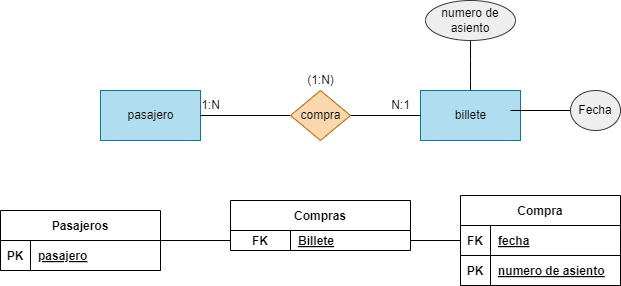
ResetMeNow/DAW keeps this draw.io diagram as BAE/Tareas/Unidad2/Images/Ejercicio11.drawio.png. Above is the earlier version. Source tidied: cells renumbered, new cells last; positions are measured from the earlier drawing's top-left corner, leaving out a move shared by most shapes.
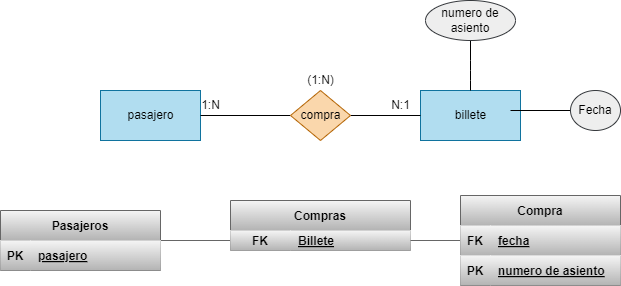
Later version of the same file.

The edit, as a diff of the source:
```diff
@@ -42,55 +42,55 @@
     <mxCell id="13" value="numero de asiento" style="ellipse;whiteSpace=wrap;html=1;align=center;fillColor=#eeeeee;strokeColor=#36393d;" parent="1" vertex="1">
       <mxGeometry x="425" width="90" height="40" as="geometry" />
     </mxCell>
-    <mxCell id="14" style="edgeStyle=none;html=1;entryX=0;entryY=0.5;entryDx=0;entryDy=0;endArrow=none;endFill=0;" parent="1" edge="1" source="15" target="20">
+    <mxCell id="14" style="edgeStyle=none;html=1;entryX=0;entryY=0.5;entryDx=0;entryDy=0;endArrow=none;endFill=0;fillColor=#f5f5f5;gradientColor=#b3b3b3;strokeColor=#666666;" parent="1" edge="1" source="15" target="20">
       <mxGeometry relative="1" as="geometry" />
     </mxCell>
-    <mxCell id="15" value="Pasajeros" style="shape=table;startSize=30;rowLines=0;fontStyle=1;align=center;" parent="1" vertex="1">
+    <mxCell id="15" value="Pasajeros" style="shape=table;startSize=30;rowLines=0;fontStyle=1;align=center;fillColor=#f5f5f5;gradientColor=#b3b3b3;strokeColor=#666666;" parent="1" vertex="1">
       <mxGeometry y="210" width="160" height="60" as="geometry" />
     </mxCell>
-    <mxCell id="16" style="shape=tableRow;horizontal=0;startSize=0;swimlaneHead=0;swimlaneBody=0;fillColor=none;top=0;left=0;right=0;bottom=1;" parent="15" vertex="1">
+    <mxCell id="16" style="shape=tableRow;horizontal=0;startSize=0;swimlaneHead=0;swimlaneBody=0;fillColor=#f5f5f5;top=0;left=0;right=0;bottom=1;gradientColor=#b3b3b3;strokeColor=#666666;" parent="15" vertex="1">
       <mxGeometry y="30" width="160" height="30" as="geometry" />
     </mxCell>
-    <mxCell id="17" value="PK" style="shape=partialRectangle;fillColor=none;top=0;left=0;bottom=0;right=0;fontStyle=1;overflow=hidden;" parent="16" vertex="1">
+    <mxCell id="17" value="PK" style="shape=partialRectangle;fillColor=#f5f5f5;top=0;left=0;bottom=0;right=0;fontStyle=1;overflow=hidden;gradientColor=#b3b3b3;strokeColor=#666666;" parent="16" vertex="1">
       <mxGeometry width="30" height="30" as="geometry" />
     </mxCell>
-    <mxCell id="18" value="pasajero" style="shape=partialRectangle;fillColor=none;top=0;left=0;bottom=0;right=0;align=left;spacingLeft=6;fontStyle=5;overflow=hidden;" parent="16" vertex="1">
+    <mxCell id="18" value="pasajero" style="shape=partialRectangle;fillColor=#f5f5f5;top=0;left=0;bottom=0;right=0;align=left;spacingLeft=6;fontStyle=5;overflow=hidden;gradientColor=#b3b3b3;strokeColor=#666666;" parent="16" vertex="1">
       <mxGeometry x="30" width="130" height="30" as="geometry" />
     </mxCell>
-    <mxCell id="19" value="Compras" style="shape=table;startSize=30;rowLines=0;fontStyle=1;align=center;" parent="1" vertex="1">
+    <mxCell id="19" value="Compras" style="shape=table;startSize=30;rowLines=0;fontStyle=1;align=center;fillColor=#f5f5f5;gradientColor=#b3b3b3;strokeColor=#666666;" parent="1" vertex="1">
       <mxGeometry x="230" y="200" width="180" height="50" as="geometry" />
     </mxCell>
-    <mxCell id="20" style="shape=tableRow;horizontal=0;startSize=0;swimlaneHead=0;swimlaneBody=0;fillColor=none;points=[[0,0.5],[1,0.5]];portConstraint=eastwest;top=0;left=0;right=0;bottom=0;" parent="19" vertex="1">
+    <mxCell id="20" style="shape=tableRow;horizontal=0;startSize=0;swimlaneHead=0;swimlaneBody=0;fillColor=#f5f5f5;points=[[0,0.5],[1,0.5]];portConstraint=eastwest;top=0;left=0;right=0;bottom=0;gradientColor=#b3b3b3;strokeColor=#666666;" parent="19" vertex="1">
       <mxGeometry y="30" width="180" height="20" as="geometry" />
     </mxCell>
-    <mxCell id="21" value="FK" style="shape=partialRectangle;fillColor=none;top=0;left=0;bottom=0;right=0;fontStyle=1;overflow=hidden;" parent="20" vertex="1">
+    <mxCell id="21" value="FK" style="shape=partialRectangle;fillColor=#f5f5f5;top=0;left=0;bottom=0;right=0;fontStyle=1;overflow=hidden;gradientColor=#b3b3b3;strokeColor=#666666;" parent="20" vertex="1">
       <mxGeometry width="60" height="20" as="geometry" />
     </mxCell>
-    <mxCell id="22" value="Billete" style="shape=partialRectangle;fillColor=none;top=0;left=0;bottom=0;right=0;align=left;spacingLeft=6;fontStyle=5;overflow=hidden;" parent="20" vertex="1">
+    <mxCell id="22" value="Billete" style="shape=partialRectangle;fillColor=#f5f5f5;top=0;left=0;bottom=0;right=0;align=left;spacingLeft=6;fontStyle=5;overflow=hidden;gradientColor=#b3b3b3;strokeColor=#666666;" parent="20" vertex="1">
       <mxGeometry x="60" width="120" height="20" as="geometry" />
     </mxCell>
-    <mxCell id="23" style="edgeStyle=none;html=1;entryX=1;entryY=0.5;entryDx=0;entryDy=0;endArrow=none;endFill=0;" parent="1" edge="1" source="24" target="20">
+    <mxCell id="23" style="edgeStyle=none;html=1;entryX=1;entryY=0.5;entryDx=0;entryDy=0;endArrow=none;endFill=0;fillColor=#f5f5f5;gradientColor=#b3b3b3;strokeColor=#666666;" parent="1" edge="1" source="24" target="20">
       <mxGeometry relative="1" as="geometry" />
     </mxCell>
-    <mxCell id="24" value="Compra" style="shape=table;startSize=30;rowLines=0;fontStyle=1;align=center;" parent="1" vertex="1">
+    <mxCell id="24" value="Compra" style="shape=table;startSize=30;rowLines=0;fontStyle=1;align=center;fillColor=#f5f5f5;gradientColor=#b3b3b3;strokeColor=#666666;" parent="1" vertex="1">
       <mxGeometry x="460" y="195" width="160" height="90" as="geometry" />
     </mxCell>
-    <mxCell id="25" style="shape=tableRow;horizontal=0;startSize=0;swimlaneHead=0;swimlaneBody=0;fillColor=none;top=0;left=0;right=0;bottom=1;" parent="24" vertex="1">
+    <mxCell id="25" style="shape=tableRow;horizontal=0;startSize=0;swimlaneHead=0;swimlaneBody=0;fillColor=#f5f5f5;top=0;left=0;right=0;bottom=1;gradientColor=#b3b3b3;strokeColor=#666666;" parent="24" vertex="1">
       <mxGeometry y="30" width="160" height="30" as="geometry" />
     </mxCell>
-    <mxCell id="26" value="FK" style="shape=partialRectangle;fillColor=none;top=0;left=0;bottom=0;right=0;fontStyle=1;overflow=hidden;" parent="25" vertex="1">
+    <mxCell id="26" value="FK" style="shape=partialRectangle;fillColor=#f5f5f5;top=0;left=0;bottom=0;right=0;fontStyle=1;overflow=hidden;gradientColor=#b3b3b3;strokeColor=#666666;" parent="25" vertex="1">
       <mxGeometry width="30" height="30" as="geometry" />
     </mxCell>
-    <mxCell id="27" value="fecha" style="shape=partialRectangle;fillColor=none;top=0;left=0;bottom=0;right=0;align=left;spacingLeft=6;fontStyle=5;overflow=hidden;" parent="25" vertex="1">
+    <mxCell id="27" value="fecha" style="shape=partialRectangle;fillColor=#f5f5f5;top=0;left=0;bottom=0;right=0;align=left;spacingLeft=6;fontStyle=5;overflow=hidden;gradientColor=#b3b3b3;strokeColor=#666666;" parent="25" vertex="1">
       <mxGeometry x="30" width="130" height="30" as="geometry" />
     </mxCell>
-    <mxCell id="28" style="shape=tableRow;horizontal=0;startSize=0;swimlaneHead=0;swimlaneBody=0;fillColor=none;top=0;left=0;right=0;bottom=1;" parent="24" vertex="1">
+    <mxCell id="28" style="shape=tableRow;horizontal=0;startSize=0;swimlaneHead=0;swimlaneBody=0;fillColor=#f5f5f5;top=0;left=0;right=0;bottom=1;gradientColor=#b3b3b3;strokeColor=#666666;" parent="24" vertex="1">
       <mxGeometry y="60" width="160" height="30" as="geometry" />
     </mxCell>
-    <mxCell id="29" value="PK" style="shape=partialRectangle;fillColor=none;top=0;left=0;bottom=0;right=0;fontStyle=1;overflow=hidden;" parent="28" vertex="1">
+    <mxCell id="29" value="PK" style="shape=partialRectangle;fillColor=#f5f5f5;top=0;left=0;bottom=0;right=0;fontStyle=1;overflow=hidden;gradientColor=#b3b3b3;strokeColor=#666666;" parent="28" vertex="1">
       <mxGeometry width="30" height="30" as="geometry" />
     </mxCell>
-    <mxCell id="30" value="numero de asiento" style="shape=partialRectangle;fillColor=none;top=0;left=0;bottom=0;right=0;align=left;spacingLeft=6;fontStyle=5;overflow=hidden;" parent="28" vertex="1">
+    <mxCell id="30" value="numero de asiento" style="shape=partialRectangle;fillColor=#f5f5f5;top=0;left=0;bottom=0;right=0;align=left;spacingLeft=6;fontStyle=5;overflow=hidden;gradientColor=#b3b3b3;strokeColor=#666666;" parent="28" vertex="1">
       <mxGeometry x="30" width="130" height="30" as="geometry" />
     </mxCell>
   </root>
```
